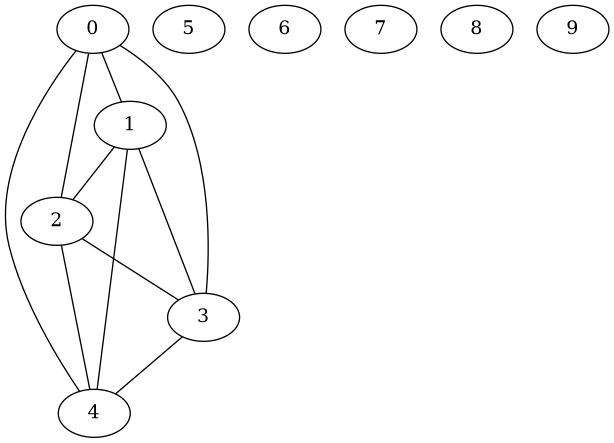
This is grafo.png from arthuralvesr/Tpa, a Graphviz export, as it was before one commit. Its source is kept beside it as grafo.dot.
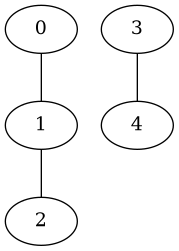
Above is the later version.

The edit, as a diff of the source:
```diff
@@ -2,21 +2,7 @@
 	0;
 	1;
 	2;
-	3;
-	4;
-	5;
-	6;
-	7;
-	8;
-	9;
 	0 -- 1;
-	0 -- 2;
-	0 -- 3;
-	0 -- 4;
 	1 -- 2;
-	1 -- 3;
-	1 -- 4;
-	2 -- 3;
-	2 -- 4;
 	3 -- 4;
 }
```
